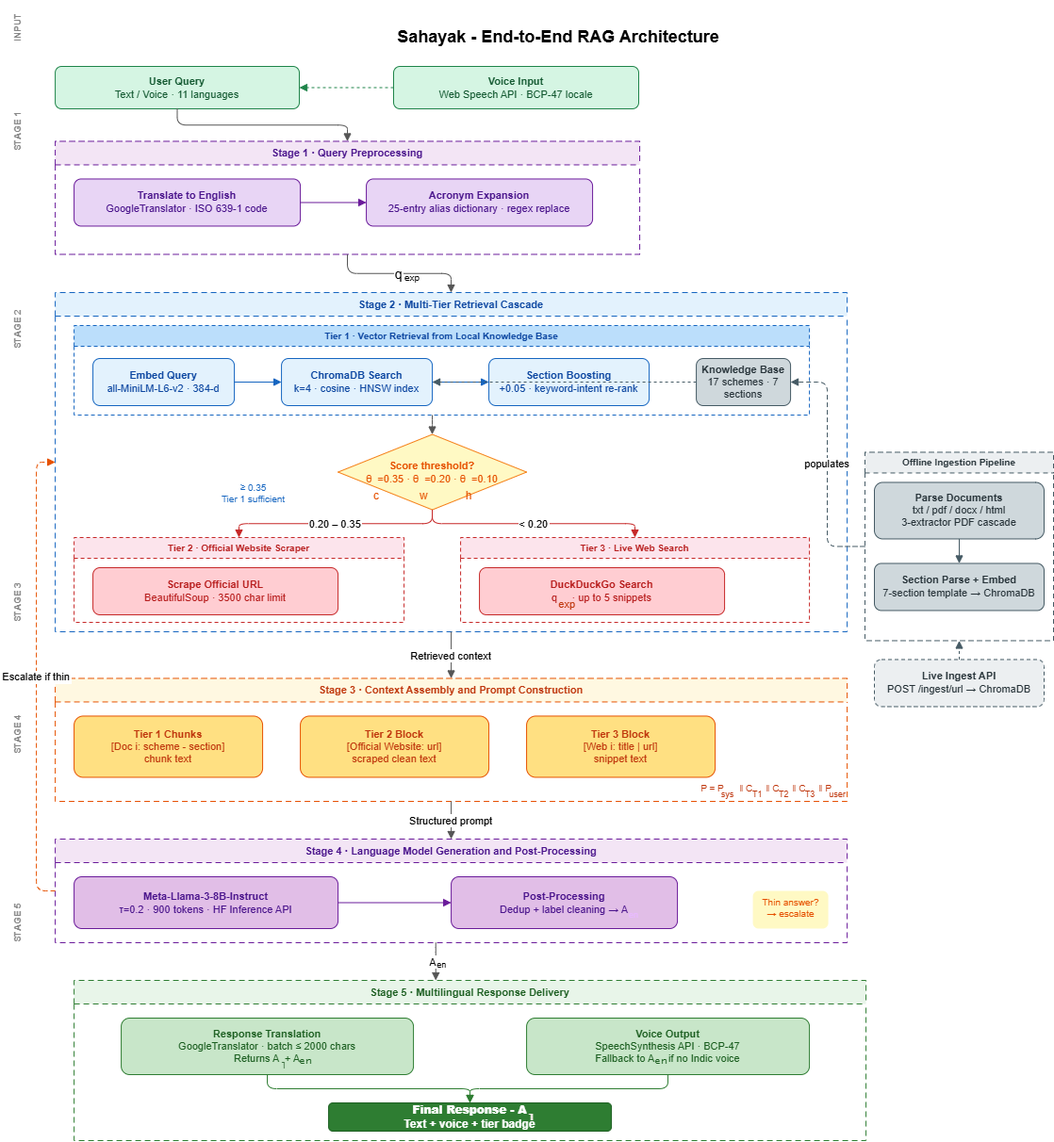
The draw.io diagram Architecture Diagram.png in amrutha0001/Sahayak_Indic_Muliti-lingual_Chatbot, before a commit. Source tidied: cells renumbered, new cells last; positions are measured from the earlier drawing's top-left corner, leaving out a move shared by most shapes.
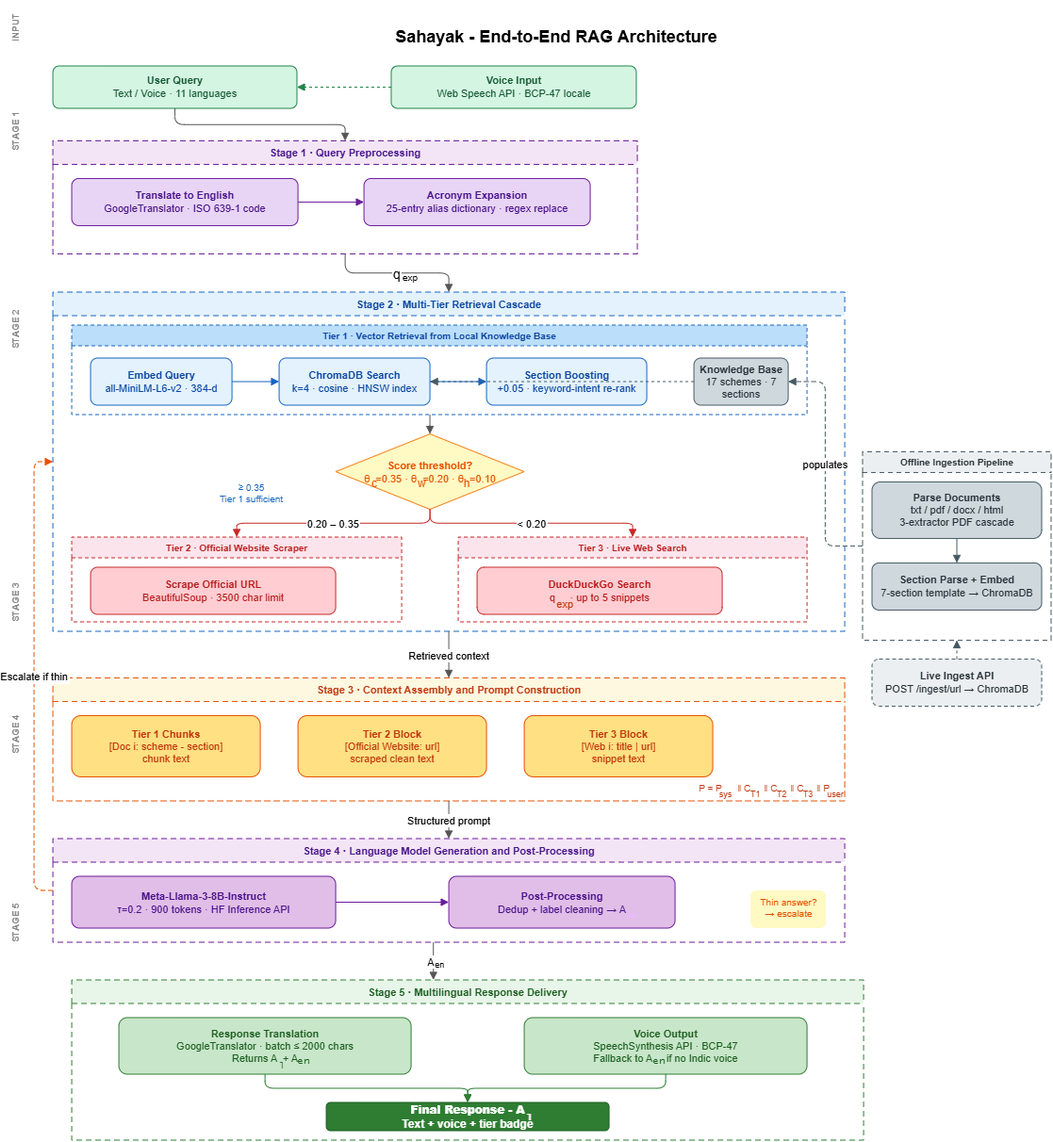
The same file after the commit.

The edit, as a diff of the source:
```diff
@@ -112,8 +112,8 @@
     <mxCell id="36" value="&lt; 0.20" style="edgeStyle=orthogonalEdgeStyle;endArrow=block;endFill=1;strokeColor=#c62828;" parent="18" edge="1" source="27" target="31">
       <mxGeometry relative="1" as="geometry" />
     </mxCell>
-    <mxCell id="37" value="&lt;span&gt;&lt;font style=&quot;color: rgb(230, 81, 0);&quot;&gt;&amp;nbsp; &amp;nbsp;c&amp;nbsp; &amp;nbsp; &amp;nbsp; &amp;nbsp; &amp;nbsp; &amp;nbsp; &amp;nbsp;w&amp;nbsp; &amp;nbsp; &amp;nbsp; &amp;nbsp; &amp;nbsp; &amp;nbsp; h&lt;/font&gt;&lt;/span&gt;" style="text;html=1;whiteSpace=wrap;strokeColor=none;fillColor=none;align=center;verticalAlign=middle;rounded=0;" parent="18" vertex="1">
-      <mxGeometry x="270" y="200.5" width="230" height="30" as="geometry" />
+    <mxCell id="37" value="&lt;div&gt;&lt;span&gt;&lt;font style=&quot;color: rgb(230, 81, 0);&quot;&gt;&lt;br&gt;&lt;/font&gt;&lt;/span&gt;&lt;/div&gt;&lt;span&gt;&lt;font style=&quot;color: rgb(230, 81, 0);&quot;&gt;&amp;nbsp; &amp;nbsp;c&amp;nbsp; &amp;nbsp; &amp;nbsp; &amp;nbsp; &amp;nbsp; &amp;nbsp; &amp;nbsp;w&amp;nbsp; &amp;nbsp; &amp;nbsp; &amp;nbsp; &amp;nbsp; &amp;nbsp; h&lt;/font&gt;&lt;/span&gt;" style="text;html=1;whiteSpace=wrap;strokeColor=none;fillColor=none;align=center;verticalAlign=middle;rounded=0;" parent="18" vertex="1">
+      <mxGeometry x="270" y="180" width="230" height="30" as="geometry" />
     </mxCell>
     <mxCell id="38" value="Retrieved context" style="edgeStyle=orthogonalEdgeStyle;endArrow=block;endFill=1;strokeColor=#555;" parent="1" edge="1" source="18" target="39">
       <mxGeometry relative="1" as="geometry" />
```
